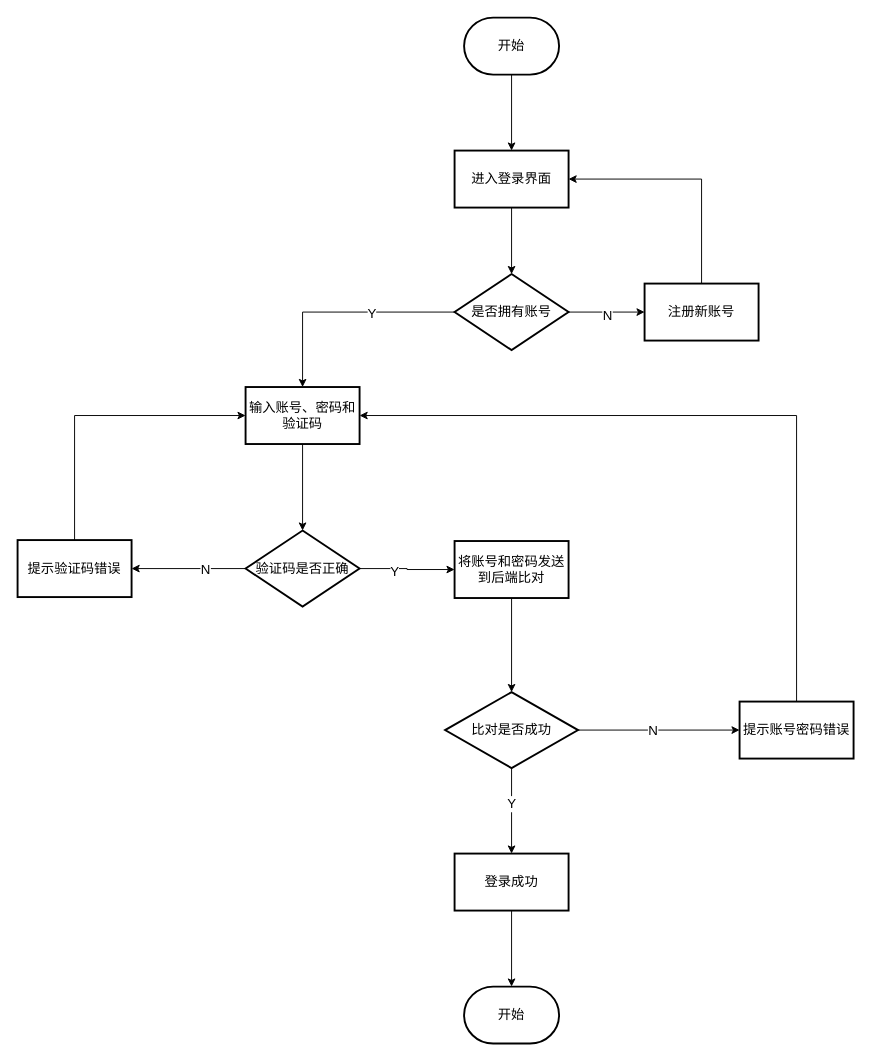
huapigudemilu/engineeringsoftware keeps this draw.io diagram as 登录流程图.drawio. Above is the earlier version. Source tidied: cells renumbered, new cells numbered last; positions are measured from the earlier drawing's top-left corner, leaving out a move shared by most shapes. Both pictures are drawn from the tidied source at 95%, with x=0, y=0 at pixel (17, 17).
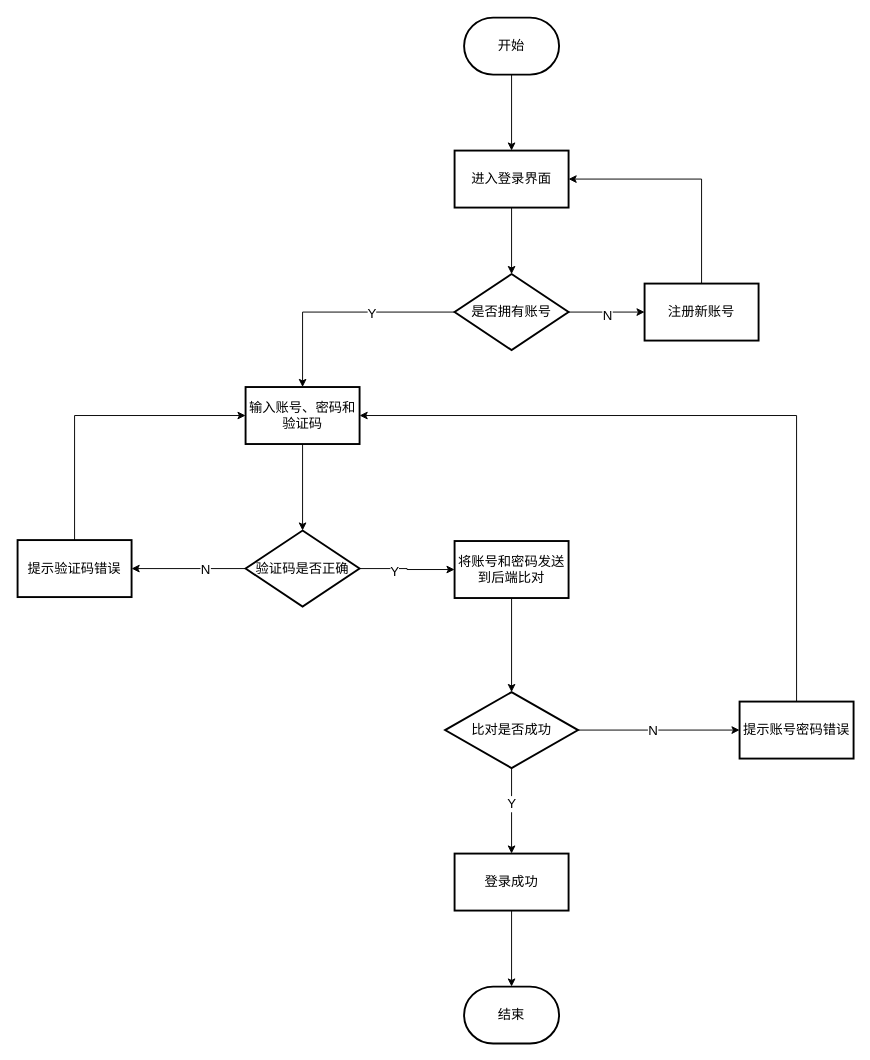
Above is the later version.

Commit message (it also covers changes not shown here):
更新登录流程图.drawio

The edit, as a diff of the source:
```diff
@@
-    <mxCell id="32" value="&lt;font style=&quot;font-size: 14px;&quot;&gt;开始&lt;/font&gt;" style="strokeWidth=2;html=1;shape=mxgraph.flowchart.terminator;whiteSpace=wrap;" parent="1" vertex="1">
+    <mxCell id="32" value="&lt;font style=&quot;font-size: 14px;&quot;&gt;结束&lt;/font&gt;" style="strokeWidth=2;html=1;shape=mxgraph.flowchart.terminator;whiteSpace=wrap;" parent="1" vertex="1">
       <mxGeometry x="470" y="1020" width="100" height="60" as="geometry" />
     </mxCell>
```
